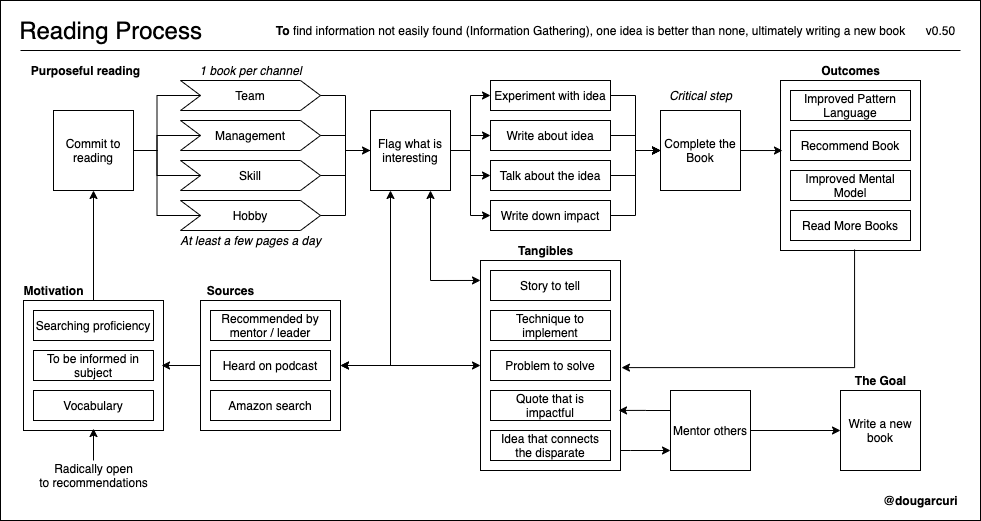
Before: books/diagrams/reading-process.png, a diagram exported from draw.io (solidi/learning-notes). Source tidied: cells renumbered, new cells last; positions are measured from the earlier drawing's top-left corner, leaving out a move shared by most shapes.
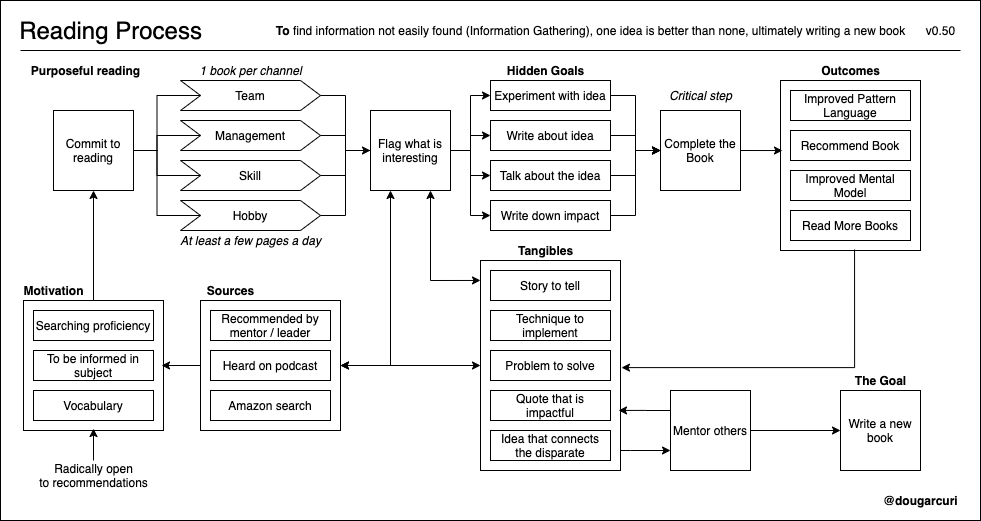
Above is the later version.

Commit message:
Add hidden goals to diagram

Change to the diagram source:
```diff
@@ -242,5 +242,8 @@
     <mxCell id="77" value="Amazon search" style="rounded=0;whiteSpace=wrap;html=1;" parent="1" vertex="1">
       <mxGeometry x="210" y="390" width="120" height="30" as="geometry" />
     </mxCell>
+    <mxCell id="78" value="&lt;b&gt;Hidden Goals&lt;/b&gt;" style="text;html=1;align=center;verticalAlign=middle;" parent="1" vertex="1">
+      <mxGeometry x="500" y="60" width="90" height="20" as="geometry" />
+    </mxCell>
   </root>
 </mxGraphModel>
```
